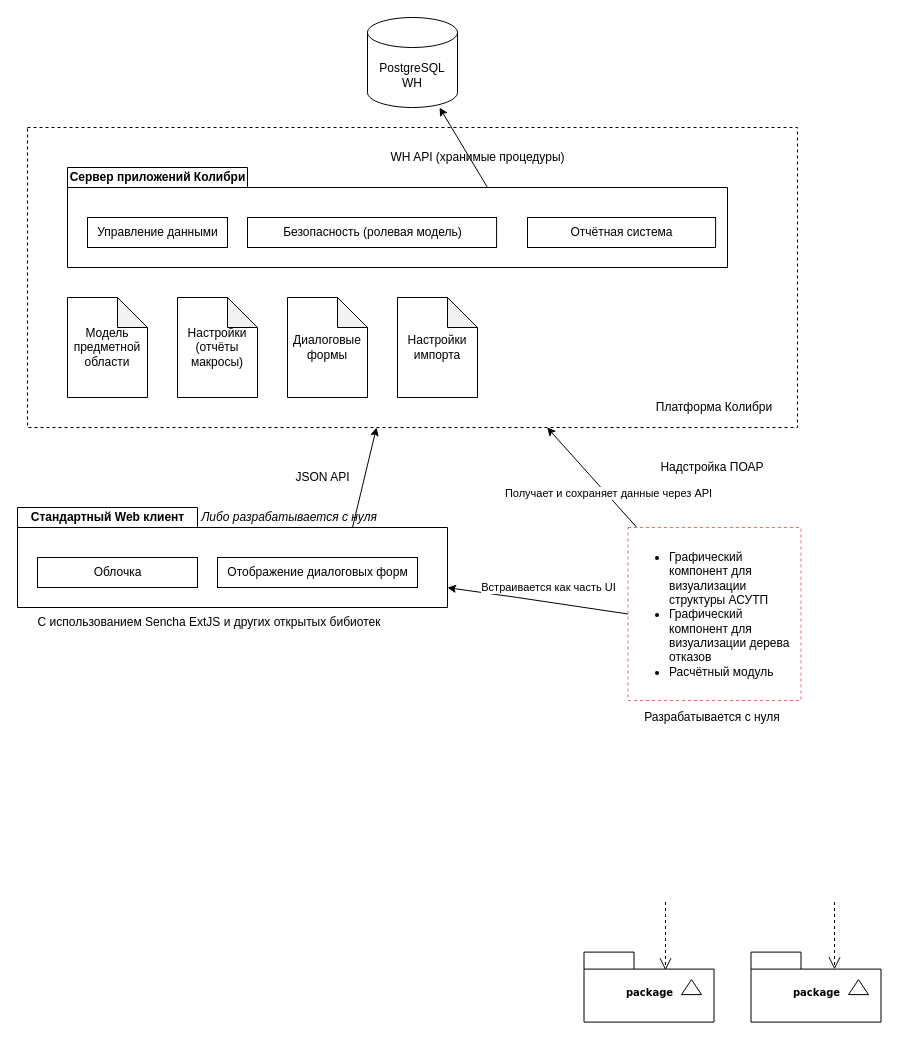
Earlier version of the draw.io diagram Untitled Diagram.drawio (SergeyMirvoda/pg_meetup). Source tidied: cells renumbered, new cells numbered last; positions are measured from the earlier drawing's top-left corner, leaving out a move shared by most shapes. Both pictures are drawn from the tidied source at 100%, with x=0, y=0 at pixel (17, 17).
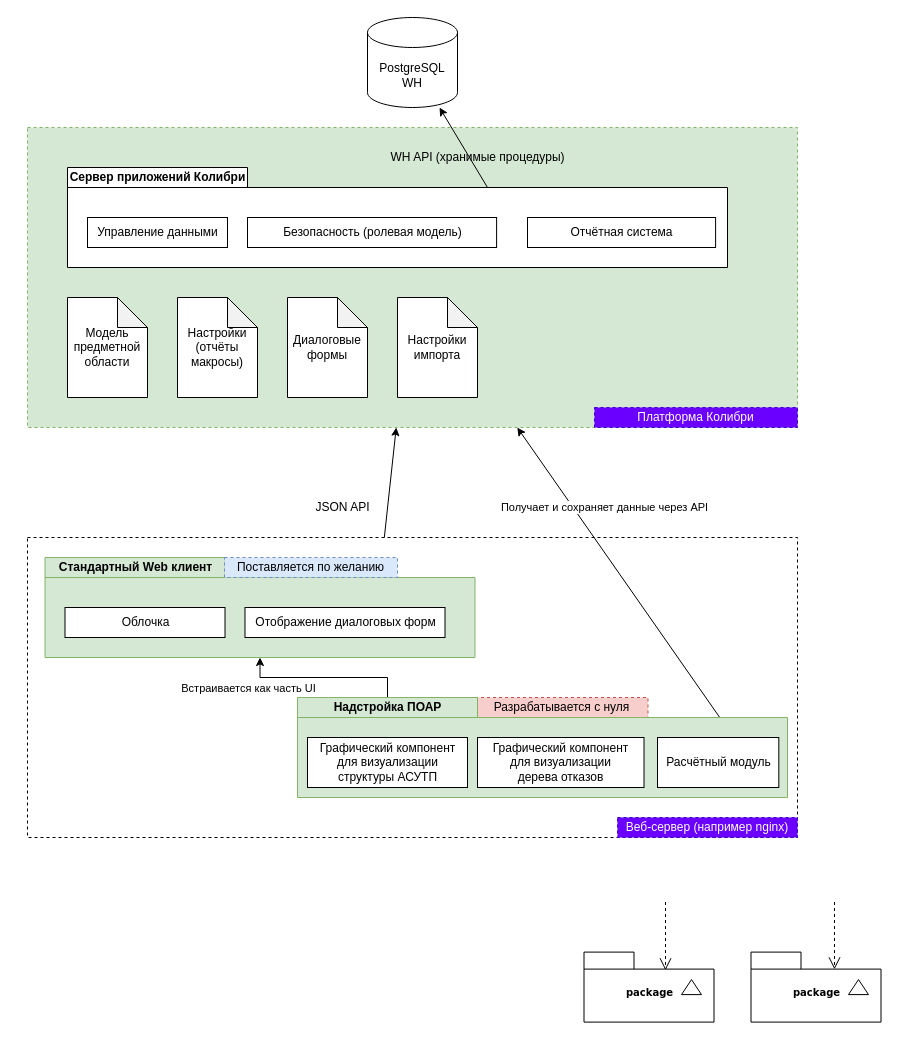
The same page after the edit.

Change to the diagram source:
```diff
@@
-    <mxCell id="2" style="rounded=0;whiteSpace=wrap;html=1;dashed=1;" parent="1" vertex="1">
+    <mxCell id="2" style="rounded=0;whiteSpace=wrap;html=1;dashed=1;fillColor=#d5e8d4;strokeColor=#82b366;" parent="1" vertex="1">
       <mxGeometry x="10" y="110" width="770" height="300" as="geometry" />
     </mxCell>
@@
+    <mxCell id="25" value="Настройки импорта" style="shape=note;whiteSpace=wrap;html=1;backgroundOutline=1;darkOpacity=0.05;" parent="1" vertex="1">
+      <mxGeometry x="380" y="280" width="80" height="100" as="geometry" />
+    </mxCell>
+    <mxCell id="26" value="Платформа Колибри" style="text;html=1;strokeColor=#3700CC;fillColor=#6a00ff;align=center;verticalAlign=middle;whiteSpace=wrap;rounded=0;dashed=1;fontColor=#ffffff;" parent="1" vertex="1">
+      <mxGeometry x="577" y="390" width="203" height="20" as="geometry" />
+    </mxCell>
+    <mxCell id="27" value="JSON API" style="text;html=1;align=center;verticalAlign=middle;" parent="1" vertex="1">
+      <mxGeometry x="290" y="480" width="70" height="20" as="geometry" />
+    </mxCell>
+    <mxCell id="33" value="С использованием Sencha ExtJS и других открытых бибиотек" style="text;html=1;strokeColor=none;fillColor=none;align=center;verticalAlign=middle;whiteSpace=wrap;rounded=0;dashed=1;" parent="1" vertex="1">
+      <mxGeometry x="10" y="590" width="364" height="30" as="geometry" />
+    </mxCell>
+    <mxCell id="37" style="rounded=0;whiteSpace=wrap;html=1;dashed=1;" parent="1" vertex="1">
+      <mxGeometry x="10" y="520" width="770" height="300" as="geometry" />
+    </mxCell>
+    <mxCell id="38" value="Веб-сервер (например nginx)" style="text;html=1;strokeColor=#3700CC;fillColor=#6a00ff;align=center;verticalAlign=middle;whiteSpace=wrap;rounded=0;dashed=1;fontColor=#ffffff;" parent="1" vertex="1">
+      <mxGeometry x="600" y="800" width="180" height="20" as="geometry" />
+    </mxCell>
-    <mxCell id="22" value="Стандартный Web клиент" style="shape=folder;fontStyle=1;tabWidth=180;tabHeight=20;tabPosition=left;html=1;boundedLbl=1;labelInHeader=1;" parent="1" vertex="1">
-      <mxGeometry y="490" width="430" height="100" as="geometry" />
+    <mxCell id="22" value="Стандартный Web клиент" style="shape=folder;fontStyle=1;tabWidth=180;tabHeight=20;tabPosition=left;html=1;boundedLbl=1;labelInHeader=1;fillColor=#d5e8d4;strokeColor=#82b366;" parent="1" vertex="1">
+      <mxGeometry x="27.5" y="540" width="430" height="100" as="geometry" />
     </mxCell>
@@
-    <mxCell id="25" value="Настройки импорта" style="shape=note;whiteSpace=wrap;html=1;backgroundOutline=1;darkOpacity=0.05;" parent="1" vertex="1">
-      <mxGeometry x="380" y="280" width="80" height="100" as="geometry" />
-    </mxCell>
-    <mxCell id="26" value="Платформа Колибри" style="text;html=1;strokeColor=none;fillColor=none;align=center;verticalAlign=middle;whiteSpace=wrap;rounded=0;dashed=1;" parent="1" vertex="1">
-      <mxGeometry x="577" y="380" width="240" height="20" as="geometry" />
-    </mxCell>
-    <mxCell id="27" value="JSON API" style="text;html=1;align=center;verticalAlign=middle;" parent="1" vertex="1">
-      <mxGeometry x="270" y="450" width="70" height="20" as="geometry" />
-    </mxCell>
+    <mxCell id="36" value="Разрабатывается с нуля" style="text;html=1;strokeColor=#b85450;fillColor=#f8cecc;align=center;verticalAlign=middle;whiteSpace=wrap;rounded=0;dashed=1;" parent="1" vertex="1">
+      <mxGeometry x="457.5" y="680" width="173" height="20" as="geometry" />
+    </mxCell>
-    <mxCell id="28" style="edgeStyle=none;rounded=0;jettySize=auto;html=1;" parent="1" edge="1" source="32" target="2">
+    <mxCell id="28" style="edgeStyle=none;rounded=0;jettySize=auto;html=1;exitX=0.876;exitY=0.3;exitDx=0;exitDy=0;exitPerimeter=0;" parent="1" edge="1" source="34" target="2">
       <mxGeometry relative="1" as="geometry" />
     </mxCell>
     <mxCell id="29" value="Получает и сохраняет данные через API" style="edgeLabel;html=1;align=center;verticalAlign=middle;" parent="28" vertex="1">
-      <mxGeometry x="-0.33" y="-1" relative="1" as="geometry" />
+      <mxGeometry x="-0.33" y="-1" relative="1" as="geometry">
+        <mxPoint x="-53.5" y="-118.6" as="offset" />
+      </mxGeometry>
     </mxCell>
-    <mxCell id="30" style="edgeStyle=none;rounded=0;jettySize=auto;html=1;exitX=0;exitY=0.5;exitDx=0;exitDy=0;" parent="1" edge="1" source="32" target="22">
-      <mxGeometry relative="1" as="geometry">
-        <Array as="points">
-          <mxPoint x="500" y="580" />
-        </Array>
-      </mxGeometry>
-    </mxCell>
+    <mxCell id="39" style="edgeStyle=orthogonalEdgeStyle;rounded=0;jettySize=auto;html=1;exitX=0;exitY=0;exitDx=90;exitDy=0;exitPerimeter=0;" parent="1" edge="1" source="34" target="22">
+      <mxGeometry relative="1" as="geometry" />
+    </mxCell>
+    <mxCell id="34" value="Надстройка ПОАР" style="shape=folder;fontStyle=1;tabWidth=180;tabHeight=20;tabPosition=left;html=1;boundedLbl=1;labelInHeader=1;fillColor=#d5e8d4;strokeColor=#82b366;" parent="1" vertex="1">
+      <mxGeometry x="280" y="680" width="490" height="100" as="geometry" />
+    </mxCell>
+    <mxCell id="40" value="Графический компонент &lt;br&gt;для визуализации &lt;br&gt;структуры АСУТП" style="html=1;" parent="34" vertex="1">
+      <mxGeometry width="160" height="50" relative="1" as="geometry">
+        <mxPoint x="10" y="40" as="offset" />
+      </mxGeometry>
+    </mxCell>
+    <mxCell id="41" value="Графический компонент &lt;br&gt;для визуализации &lt;br&gt;дерева отказов" style="html=1;" parent="34" vertex="1">
+      <mxGeometry x="180" y="40" width="166.5" height="50" as="geometry" />
+    </mxCell>
+    <mxCell id="42" value="Расчётный модуль" style="html=1;" parent="34" vertex="1">
+      <mxGeometry x="360" y="40" width="121.3" height="50" as="geometry" />
+    </mxCell>
+    <mxCell id="43" value="Поставляется по желанию" style="text;html=1;strokeColor=#6c8ebf;fillColor=#dae8fc;align=center;verticalAlign=middle;whiteSpace=wrap;rounded=0;dashed=1;" parent="1" vertex="1">
+      <mxGeometry x="207" y="540" width="173" height="20" as="geometry" />
+    </mxCell>
-    <mxCell id="31" value="Встраивается как часть UI" style="edgeLabel;html=1;align=center;verticalAlign=middle;" parent="30" vertex="1">
-      <mxGeometry x="0.39" y="1" relative="1" as="geometry">
-        <mxPoint x="45.3" y="-8.9" as="offset" />
-      </mxGeometry>
+    <mxCell id="31" value="Встраивается как часть UI" style="edgeLabel;html=1;align=center;verticalAlign=middle;" parent="1" vertex="1">
+      <mxGeometry x="230" y="670" as="geometry" />
     </mxCell>
-    <mxCell id="32" value="&lt;div align=&quot;left&quot;&gt;&lt;ul&gt;&lt;li&gt;Графический компонент для визуализации структуры АСУТП&lt;/li&gt;&lt;li&gt;Графический компонент для визуализации дерева отказов&lt;/li&gt;&lt;li&gt;Расчётный модуль&lt;br&gt;&lt;/li&gt;&lt;/ul&gt;&lt;/div&gt;" style="whiteSpace=wrap;html=1;dashed=1;strokeColor=#FF6666;" parent="1" vertex="1">
-      <mxGeometry x="610.5" y="510" width="173" height="173" as="geometry" />
-    </mxCell>
-    <mxCell id="33" value="С использованием Sencha ExtJS и других открытых бибиотек" style="text;html=1;strokeColor=none;fillColor=none;align=center;verticalAlign=middle;whiteSpace=wrap;rounded=0;dashed=1;" parent="1" vertex="1">
-      <mxGeometry x="10" y="590" width="364" height="30" as="geometry" />
-    </mxCell>
-    <mxCell id="34" value="Надстройка ПОАР" style="text;html=1;strokeColor=none;fillColor=none;align=center;verticalAlign=middle;whiteSpace=wrap;rounded=0;dashed=1;" parent="1" vertex="1">
-      <mxGeometry x="610" y="440" width="170" height="20" as="geometry" />
-    </mxCell>
-    <mxCell id="35" value="&lt;i&gt;Либо разрабатывается с нуля&lt;/i&gt;" style="text;html=1;strokeColor=none;fillColor=none;align=center;verticalAlign=middle;whiteSpace=wrap;rounded=0;dashed=1;" parent="1" vertex="1">
-      <mxGeometry x="179" y="490" width="186" height="20" as="geometry" />
-    </mxCell>
-    <mxCell id="36" value="Разрабатывается с нуля" style="text;html=1;strokeColor=none;fillColor=none;align=center;verticalAlign=middle;whiteSpace=wrap;rounded=0;dashed=1;" parent="1" vertex="1">
-      <mxGeometry x="602" y="690" width="186" height="20" as="geometry" />
-    </mxCell>
```
